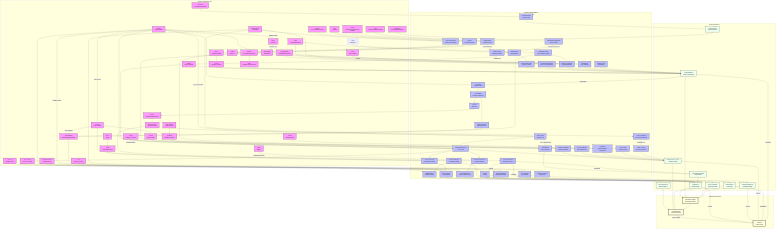
Above: docs/figures/scoliosis_mechanism_map.png in sayuj1989-ops/life (Mermaid), before the change. Its source is kept beside it as docs/figures/scoliosis_mechanism_map.mmd.
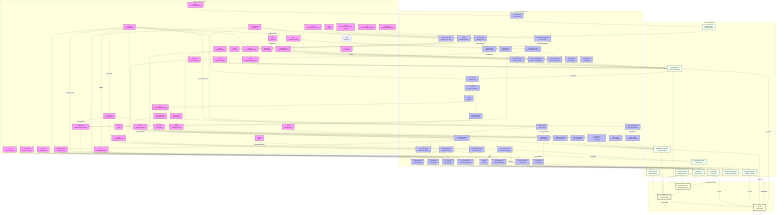
Later version of the same file.

Commit message:
weekly-map: add PIEZO1-GPX4 ferroptosis axis (#1260)

What changed in the source:
```diff
@@ -36,6 +36,7 @@
         CCN[CCN1/2<br/>Matrix Protein]
         PPARGC1A[PPARGC1A<br/>Mitochondrial Biogenesis]
         KCNQ[KCNQ<br/>Potassium Channel]
+        GPX4[GPX4<br/>Antioxidant Defense]
     end
 
     subgraph Processes [Cellular & Developmental Processes]
@@ -76,6 +77,7 @@
         Osteocyte_Dendrite[Osteocyte Dendrites<br/>Network Formation]
         Actin_Dynamics[Actin Cytoskeleton<br/>Strain Rearrangement]
         VEGF_A[VEGF-A/PGE2<br/>Secretory Response]
+        Ferroptosis[Ferroptosis<br/>Iron Overload]
     end
 
     subgraph Tissue [Tissue Mechanics & Properties]
@@ -88,6 +90,7 @@
         Anisotropy[Tissue Anisotropy<br/>Directional Order]
         TMD[Tissue Mineral Density<br/>Bone Quality]
         Reissner_Fiber[Reissner Fiber<br/>Tension Reference]
+        Growth_Plate_Dysplasia[Growth Plate Dysplasia<br/>Asymmetric Ossification]
     end
 
     subgraph Outcome [Macroscopic Outcome]
@@ -262,7 +265,12 @@
 
     KCNQ -- "Hyperpolarization" --> Mech_Trans
 
-    class HOX,COL,PIEZO1,PIEZO2,CILIA,LBX1,ADGRG6,PTK7,YAP,PKD2L1,MMP,URP,UTS2R,GFAP,VIM,LAMIN,BMAL1,RUNX3,METTL3,ESR1,MELATONIN,MT2,HIF1A,POC5,DSTYK,TFEB,Beta_Catenin,DPY19L1L,IGF1R,GHR,SOST,FBN1,CCN,PPARGC1A,KCNQ gene;
-    class Region,ECM_Assembly,Mech_Trans,Sym_Break,Neur_Diff,Muscle_Diff,Disc_Maint,PCP_Sig,Nucl_Shuttle,CSF_Sensing,Degradation,Astrogliosis,mtROS,Adipogenesis,Hydraulic_Congestion,Immune_Infilt,Circadian_Entrain,Proprio_Maint,H3K9me3,VCL_Stasis,Glymphatic_Stasis,Vestibular_Input,Gi_cAMP,Ciliary_Tuning,Hypoxia,Osteogenesis,Ciliary_Splint,Vacuole_Biogenesis,C_Mannosylation,Rapid_Growth,Energy_Deficit,mtBiogenesis,Fibrosis,TGFB,Osteocyte_Dendrite,Actin_Dynamics,VEGF_A process;
-    class Rest_Kappa,Stiffness,Torsional_Stiffness,Gain,Torsion,Muscle_Tone,Anisotropy,TMD,Reissner_Fiber tissue;
+    PIEZO1 -- "Inhibition" --> GPX4
+    GPX4 -- "Loss of Defense" --> Ferroptosis
+    Ferroptosis --> Growth_Plate_Dysplasia
+    Growth_Plate_Dysplasia --> Stability
+
+    class HOX,COL,PIEZO1,PIEZO2,CILIA,LBX1,ADGRG6,PTK7,YAP,PKD2L1,MMP,URP,UTS2R,GFAP,VIM,LAMIN,BMAL1,RUNX3,METTL3,ESR1,MELATONIN,MT2,HIF1A,POC5,DSTYK,TFEB,Beta_Catenin,DPY19L1L,IGF1R,GHR,SOST,FBN1,CCN,PPARGC1A,KCNQ,GPX4 gene;
+    class Region,ECM_Assembly,Mech_Trans,Sym_Break,Neur_Diff,Muscle_Diff,Disc_Maint,PCP_Sig,Nucl_Shuttle,CSF_Sensing,Degradation,Astrogliosis,mtROS,Adipogenesis,Hydraulic_Congestion,Immune_Infilt,Circadian_Entrain,Proprio_Maint,H3K9me3,VCL_Stasis,Glymphatic_Stasis,Vestibular_Input,Gi_cAMP,Ciliary_Tuning,Hypoxia,Osteogenesis,Ciliary_Splint,Vacuole_Biogenesis,C_Mannosylation,Rapid_Growth,Energy_Deficit,mtBiogenesis,Fibrosis,TGFB,Osteocyte_Dendrite,Actin_Dynamics,VEGF_A,Ferroptosis process;
+    class Rest_Kappa,Stiffness,Torsional_Stiffness,Gain,Torsion,Muscle_Tone,Anisotropy,TMD,Reissner_Fiber,Growth_Plate_Dysplasia tissue;
     class S_Curve,Stability,Scoliosis outcome;
```
